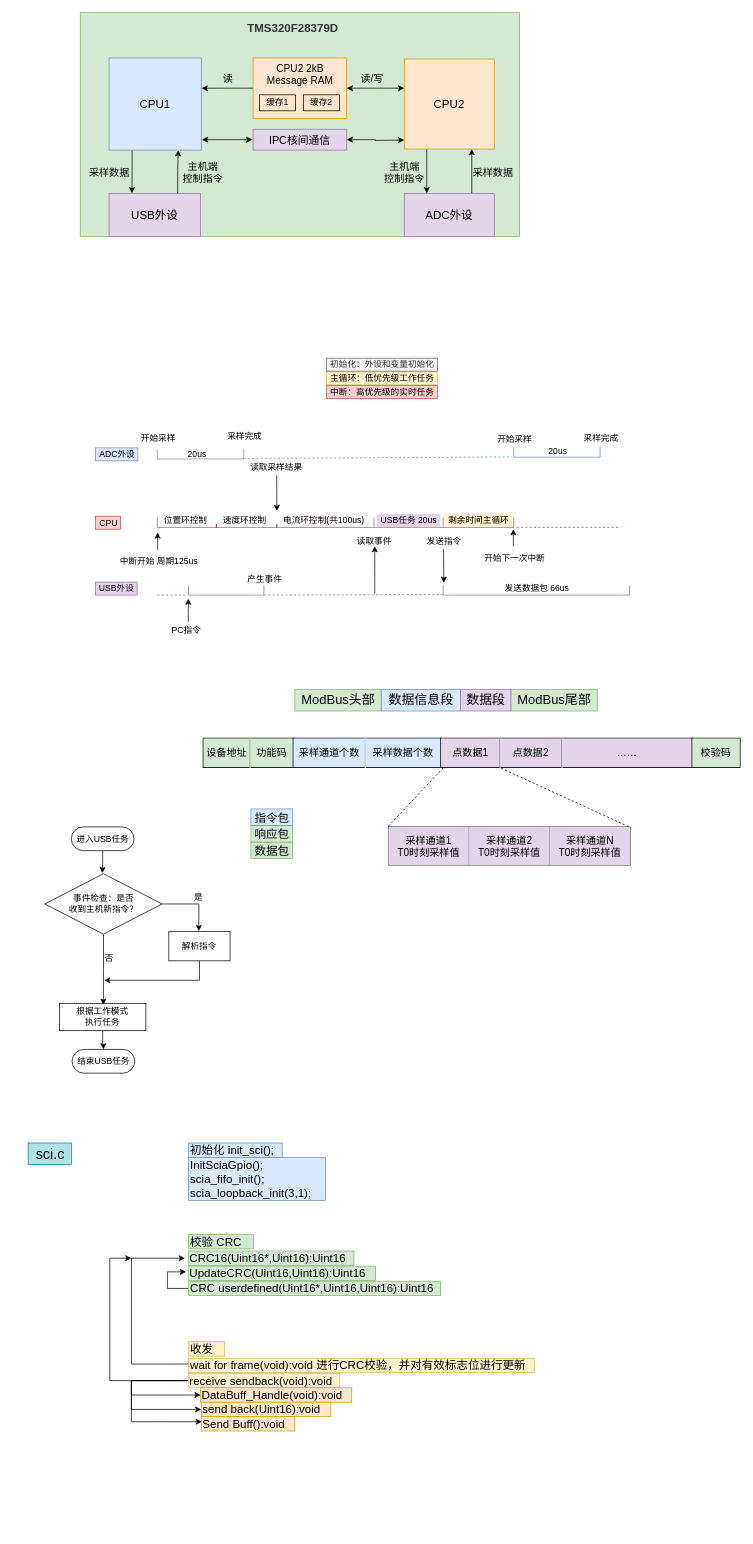
Earlier version of the draw.io diagram page "DSP内部" (2 of 5) of Untitled Diagram.drawio (fuxinsen/test). Source tidied: cells renumbered, new cells numbered last; positions are measured from the earlier drawing's top-left corner, leaving out a move shared by most shapes. Both pictures are drawn from the tidied source at 72%, with x=0, y=0 at pixel (28, 12).
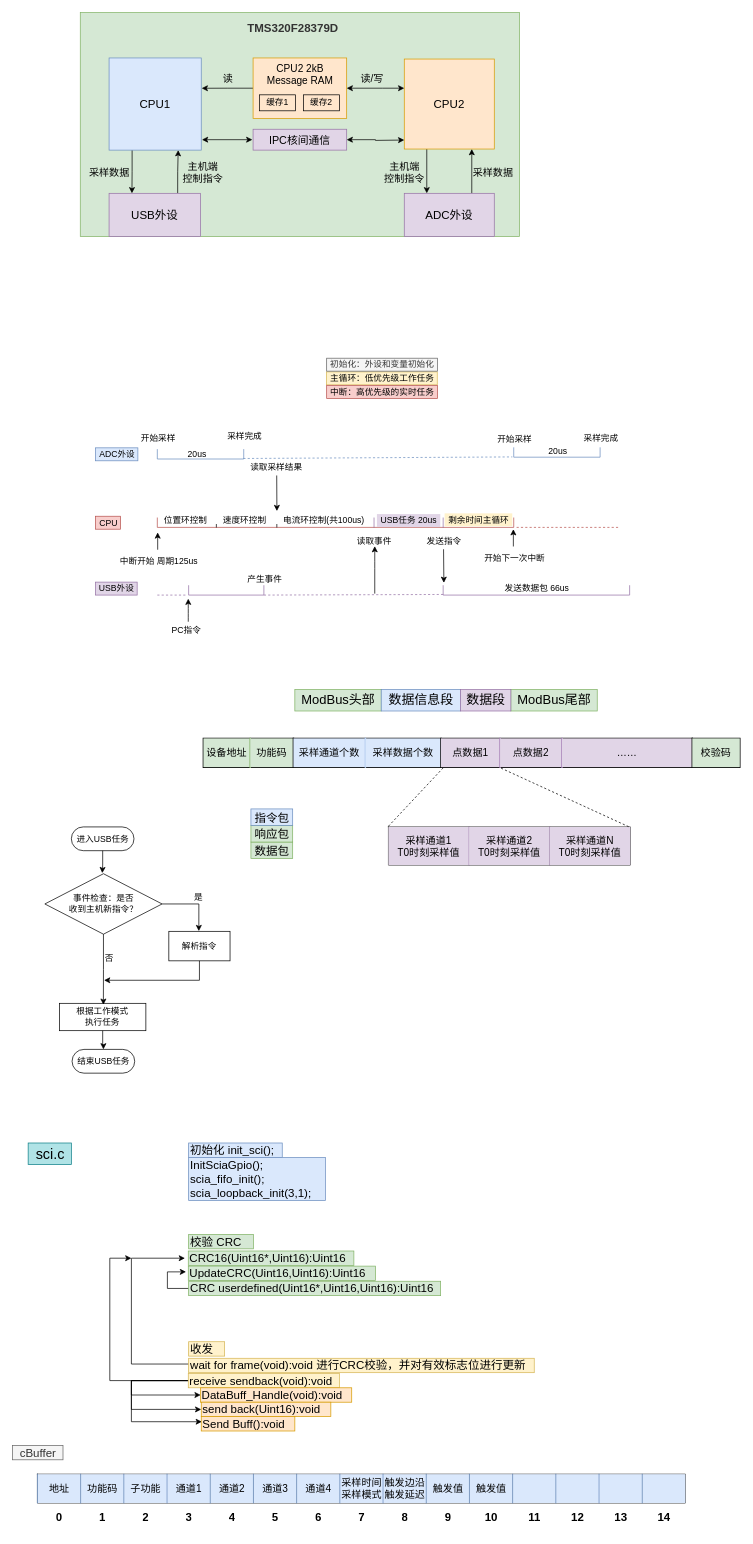
After the change.

Diff of the diagram source:
```diff
@@
+    <mxCell id="124" style="shape=table;html=1;whiteSpace=wrap;startSize=0;childLayout=tableLayout;fontSize=14;" parent="1" vertex="1">
+      <mxGeometry x="12.5" y="2030" width="900" height="40" as="geometry" />
+    </mxCell>
+    <mxCell id="125" style="shape=partialRectangle;html=1;whiteSpace=wrap;fillColor=none;top=0;left=0;bottom=0;right=0;fontSize=14;" parent="124" vertex="1">
+      <mxGeometry width="900" height="40" as="geometry" />
+    </mxCell>
+    <mxCell id="126" value="地址" style="shape=partialRectangle;html=1;whiteSpace=wrap;overflow=hidden;fillColor=#dae8fc;top=0;left=1;bottom=0;right=0;fontSize=14;strokeColor=#6c8ebf;" parent="125" vertex="1">
+      <mxGeometry width="60" height="40" as="geometry" />
+    </mxCell>
+    <mxCell id="127" value="功能码" style="shape=partialRectangle;html=1;whiteSpace=wrap;overflow=hidden;fillColor=#dae8fc;top=0;left=1;bottom=0;right=0;fontSize=14;strokeColor=#6c8ebf;" parent="125" vertex="1">
+      <mxGeometry x="60" width="60" height="40" as="geometry" />
+    </mxCell>
+    <mxCell id="128" value="子功能" style="shape=partialRectangle;html=1;whiteSpace=wrap;overflow=hidden;fillColor=#dae8fc;top=0;left=1;bottom=0;right=0;fontSize=14;strokeColor=#6c8ebf;" parent="125" vertex="1">
+      <mxGeometry x="120" width="60" height="40" as="geometry" />
+    </mxCell>
+    <mxCell id="129" value="通道1" style="shape=partialRectangle;html=1;whiteSpace=wrap;overflow=hidden;fillColor=#dae8fc;top=0;left=1;bottom=0;right=0;fontSize=14;strokeColor=#6c8ebf;" parent="125" vertex="1">
+      <mxGeometry x="180" width="60" height="40" as="geometry" />
+    </mxCell>
+    <mxCell id="130" value="通道2" style="shape=partialRectangle;html=1;whiteSpace=wrap;overflow=hidden;fillColor=#dae8fc;top=0;left=1;bottom=0;right=0;fontSize=14;strokeColor=#6c8ebf;" parent="125" vertex="1">
+      <mxGeometry x="240" width="60" height="40" as="geometry" />
+    </mxCell>
+    <mxCell id="131" value="通道3" style="shape=partialRectangle;html=1;whiteSpace=wrap;overflow=hidden;fillColor=#dae8fc;top=0;left=1;bottom=0;right=0;fontSize=14;strokeColor=#6c8ebf;" parent="125" vertex="1">
+      <mxGeometry x="300" width="60" height="40" as="geometry" />
+    </mxCell>
+    <mxCell id="132" value="通道4" style="shape=partialRectangle;html=1;whiteSpace=wrap;overflow=hidden;fillColor=#dae8fc;top=0;left=1;bottom=0;right=0;fontSize=14;strokeColor=#6c8ebf;" parent="125" vertex="1">
+      <mxGeometry x="360" width="60" height="40" as="geometry" />
+    </mxCell>
+    <mxCell id="133" value="采样时间&lt;br&gt;采样模式" style="shape=partialRectangle;html=1;whiteSpace=wrap;overflow=hidden;fillColor=#dae8fc;top=0;left=1;bottom=0;right=0;fontSize=14;strokeColor=#6c8ebf;" parent="125" vertex="1">
+      <mxGeometry x="420" width="60" height="40" as="geometry" />
+    </mxCell>
+    <mxCell id="134" value="触发边沿&lt;br&gt;触发延迟" style="shape=partialRectangle;html=1;whiteSpace=wrap;overflow=hidden;fillColor=#dae8fc;top=0;left=1;bottom=0;right=0;fontSize=14;strokeColor=#6c8ebf;" parent="125" vertex="1">
+      <mxGeometry x="480" width="60" height="40" as="geometry" />
+    </mxCell>
+    <mxCell id="135" value="触发值" style="shape=partialRectangle;html=1;whiteSpace=wrap;overflow=hidden;fillColor=#dae8fc;top=0;left=1;bottom=0;right=0;fontSize=14;strokeColor=#6c8ebf;" parent="125" vertex="1">
+      <mxGeometry x="540" width="60" height="40" as="geometry" />
+    </mxCell>
+    <mxCell id="136" value="触发值" style="shape=partialRectangle;html=1;whiteSpace=wrap;overflow=hidden;fillColor=#dae8fc;top=0;left=1;bottom=0;right=0;fontSize=14;strokeColor=#6c8ebf;" parent="125" vertex="1">
+      <mxGeometry x="600" width="60" height="40" as="geometry" />
+    </mxCell>
+    <mxCell id="137" style="shape=partialRectangle;html=1;whiteSpace=wrap;overflow=hidden;fillColor=#dae8fc;top=0;left=1;bottom=0;right=0;fontSize=14;strokeColor=#6c8ebf;" parent="125" vertex="1">
+      <mxGeometry x="660" width="60" height="40" as="geometry" />
+    </mxCell>
+    <mxCell id="138" style="shape=partialRectangle;html=1;whiteSpace=wrap;overflow=hidden;fillColor=#dae8fc;top=0;left=1;bottom=0;right=0;fontSize=14;strokeColor=#6c8ebf;" parent="125" vertex="1">
+      <mxGeometry x="720" width="60" height="40" as="geometry" />
+    </mxCell>
+    <mxCell id="139" style="shape=partialRectangle;html=1;whiteSpace=wrap;overflow=hidden;fillColor=#dae8fc;top=0;left=1;bottom=0;right=0;fontSize=14;strokeColor=#6c8ebf;" parent="125" vertex="1">
+      <mxGeometry x="780" width="60" height="40" as="geometry" />
+    </mxCell>
+    <mxCell id="140" style="shape=partialRectangle;html=1;whiteSpace=wrap;overflow=hidden;fillColor=#dae8fc;top=0;left=1;bottom=0;right=0;fontSize=14;strokeColor=#6c8ebf;" parent="125" vertex="1">
+      <mxGeometry x="840" width="60" height="40" as="geometry" />
+    </mxCell>
+    <mxCell id="141" value="cBuffer" style="text;html=1;align=center;verticalAlign=middle;strokeColor=#666666;fontSize=16;fillColor=#f5f5f5;fontColor=#333333;" parent="1" vertex="1">
+      <mxGeometry x="-22" y="1990" width="70" height="20" as="geometry" />
+    </mxCell>
+    <mxCell id="142" style="shape=table;html=1;whiteSpace=wrap;startSize=0;childLayout=tableLayout;fillColor=none;strokeColor=none;fontSize=16;fontStyle=1;" parent="1" vertex="1">
+      <mxGeometry x="12.5" y="2070" width="900" height="40" as="geometry" />
+    </mxCell>
+    <mxCell id="143" style="shape=partialRectangle;html=1;whiteSpace=wrap;top=0;left=0;bottom=0;right=0;fillColor=none;strokeColor=none;fontSize=16;fontStyle=1;" parent="142" vertex="1">
+      <mxGeometry width="900" height="40" as="geometry" />
+    </mxCell>
+    <mxCell id="144" value="0" style="shape=partialRectangle;html=1;whiteSpace=wrap;overflow=hidden;top=0;left=0;bottom=0;right=0;fillColor=none;strokeColor=none;fontSize=16;fontStyle=1;" parent="143" vertex="1">
+      <mxGeometry width="60" height="40" as="geometry" />
+    </mxCell>
+    <mxCell id="145" value="1" style="shape=partialRectangle;html=1;whiteSpace=wrap;overflow=hidden;top=0;left=0;bottom=0;right=0;fillColor=none;strokeColor=none;fontSize=16;fontStyle=1;" parent="143" vertex="1">
+      <mxGeometry x="60" width="60" height="40" as="geometry" />
+    </mxCell>
+    <mxCell id="146" value="2" style="shape=partialRectangle;html=1;whiteSpace=wrap;overflow=hidden;top=0;left=0;bottom=0;right=0;fillColor=none;strokeColor=none;fontSize=16;fontStyle=1;" parent="143" vertex="1">
+      <mxGeometry x="120" width="60" height="40" as="geometry" />
+    </mxCell>
+    <mxCell id="147" value="3" style="shape=partialRectangle;html=1;whiteSpace=wrap;overflow=hidden;top=0;left=0;bottom=0;right=0;fillColor=none;strokeColor=none;fontSize=16;fontStyle=1;" parent="143" vertex="1">
+      <mxGeometry x="180" width="60" height="40" as="geometry" />
+    </mxCell>
+    <mxCell id="148" value="4" style="shape=partialRectangle;html=1;whiteSpace=wrap;overflow=hidden;top=0;left=0;bottom=0;right=0;fillColor=none;strokeColor=none;fontSize=16;fontStyle=1;" parent="143" vertex="1">
+      <mxGeometry x="240" width="60" height="40" as="geometry" />
+    </mxCell>
+    <mxCell id="149" value="5" style="shape=partialRectangle;html=1;whiteSpace=wrap;overflow=hidden;top=0;left=0;bottom=0;right=0;fillColor=none;strokeColor=none;fontSize=16;fontStyle=1;" parent="143" vertex="1">
+      <mxGeometry x="300" width="60" height="40" as="geometry" />
+    </mxCell>
+    <mxCell id="150" value="6" style="shape=partialRectangle;html=1;whiteSpace=wrap;overflow=hidden;top=0;left=0;bottom=0;right=0;fillColor=none;strokeColor=none;fontSize=16;fontStyle=1;" parent="143" vertex="1">
+      <mxGeometry x="360" width="60" height="40" as="geometry" />
+    </mxCell>
+    <mxCell id="151" value="7" style="shape=partialRectangle;html=1;whiteSpace=wrap;overflow=hidden;top=0;left=0;bottom=0;right=0;fillColor=none;strokeColor=none;fontSize=16;fontStyle=1;" parent="143" vertex="1">
+      <mxGeometry x="420" width="60" height="40" as="geometry" />
+    </mxCell>
+    <mxCell id="152" value="8" style="shape=partialRectangle;html=1;whiteSpace=wrap;overflow=hidden;top=0;left=0;bottom=0;right=0;fillColor=none;strokeColor=none;fontSize=16;fontStyle=1;" parent="143" vertex="1">
+      <mxGeometry x="480" width="60" height="40" as="geometry" />
+    </mxCell>
+    <mxCell id="153" value="9" style="shape=partialRectangle;html=1;whiteSpace=wrap;overflow=hidden;top=0;left=0;bottom=0;right=0;fillColor=none;strokeColor=none;fontSize=16;fontStyle=1;" parent="143" vertex="1">
+      <mxGeometry x="540" width="60" height="40" as="geometry" />
+    </mxCell>
+    <mxCell id="154" value="10" style="shape=partialRectangle;html=1;whiteSpace=wrap;overflow=hidden;top=0;left=0;bottom=0;right=0;fillColor=none;strokeColor=none;fontSize=16;fontStyle=1;" parent="143" vertex="1">
+      <mxGeometry x="600" width="60" height="40" as="geometry" />
+    </mxCell>
+    <mxCell id="155" value="11" style="shape=partialRectangle;html=1;whiteSpace=wrap;overflow=hidden;top=0;left=0;bottom=0;right=0;fillColor=none;strokeColor=none;fontSize=16;fontStyle=1;" parent="143" vertex="1">
+      <mxGeometry x="660" width="60" height="40" as="geometry" />
+    </mxCell>
+    <mxCell id="156" value="12" style="shape=partialRectangle;html=1;whiteSpace=wrap;overflow=hidden;top=0;left=0;bottom=0;right=0;fillColor=none;strokeColor=none;fontSize=16;fontStyle=1;" parent="143" vertex="1">
+      <mxGeometry x="720" width="60" height="40" as="geometry" />
+    </mxCell>
+    <mxCell id="157" value="13" style="shape=partialRectangle;html=1;whiteSpace=wrap;overflow=hidden;top=0;left=0;bottom=0;right=0;fillColor=none;strokeColor=none;fontSize=16;fontStyle=1;" parent="143" vertex="1">
+      <mxGeometry x="780" width="60" height="40" as="geometry" />
+    </mxCell>
+    <mxCell id="158" value="14" style="shape=partialRectangle;html=1;whiteSpace=wrap;overflow=hidden;top=0;left=0;bottom=0;right=0;fillColor=none;strokeColor=none;fontSize=16;fontStyle=1;" parent="143" vertex="1">
+      <mxGeometry x="840" width="60" height="40" as="geometry" />
+    </mxCell>
```
